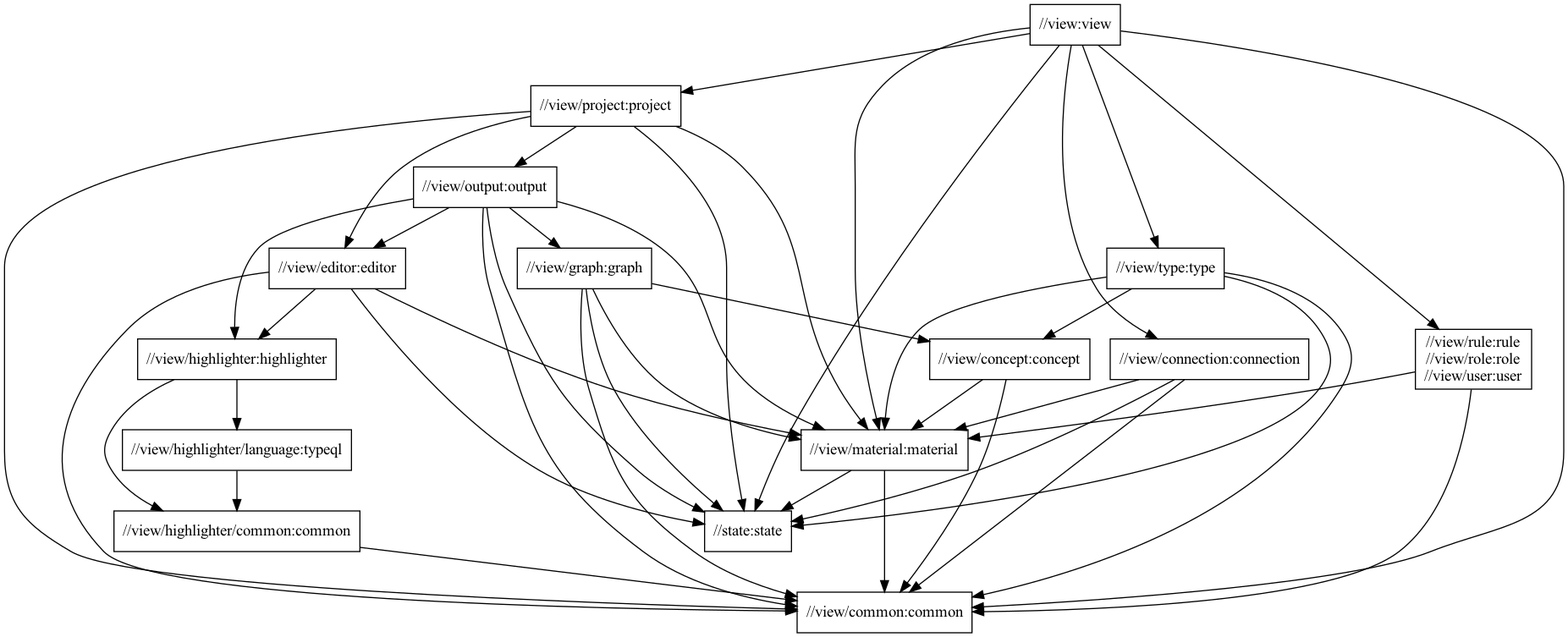
Above: docs/view-package-structure.png in typedb/typedb-studio (Graphviz), before the change. Its source is kept beside it as docs/view-package-structure.dot.
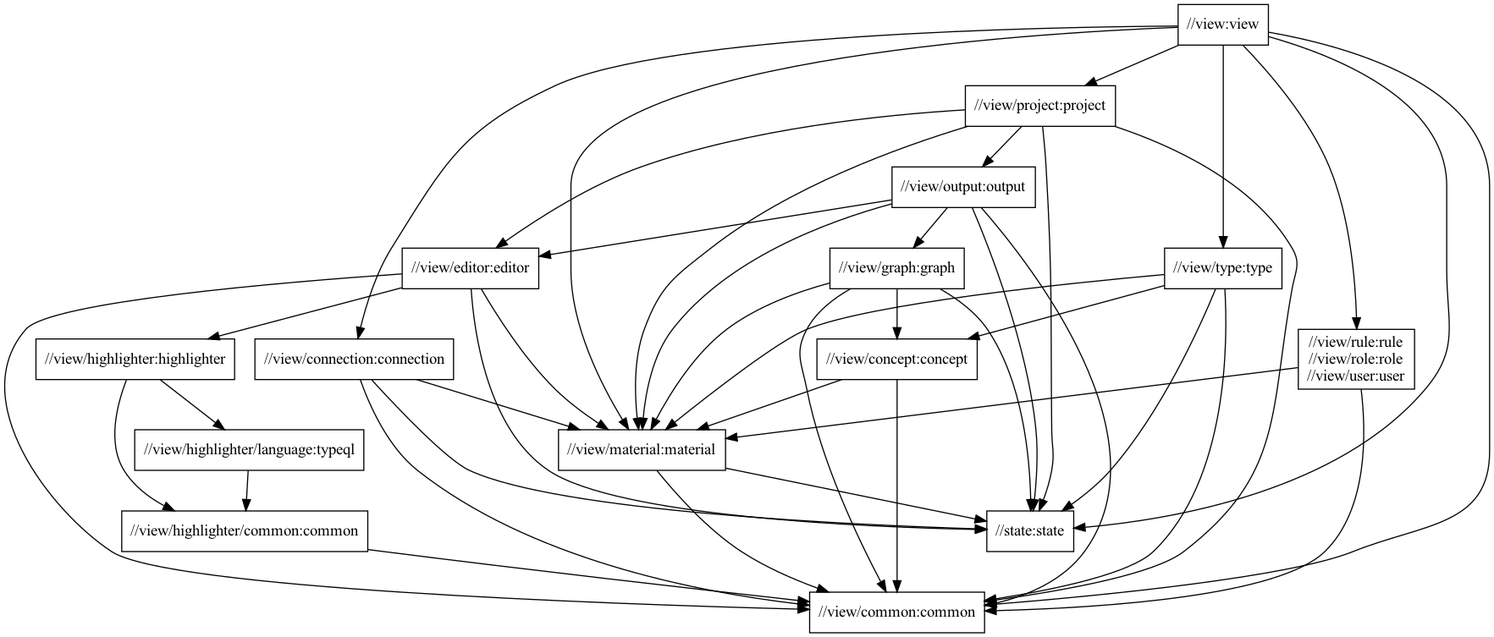
After the commit.

Commit message:
Encapsulate syntax highlighting into TextEditor.State, decoupling it from //view/output

Change to the diagram source:
```diff
@@ -8,29 +8,24 @@
   "//view:view" -> "//view/rule:rule\n//view/role:role\n//view/user:user"
   "//view:view" -> "//view/type:type"
   "//view:view" -> "//state:state"
+  "//view/rule:rule\n//view/role:role\n//view/user:user"
+  "//view/rule:rule\n//view/role:role\n//view/user:user" -> "//view/common:common"
+  "//view/rule:rule\n//view/role:role\n//view/user:user" -> "//view/material:material"
   "//view/type:type"
   "//view/type:type" -> "//view/common:common"
   "//view/type:type" -> "//view/concept:concept"
   "//view/type:type" -> "//view/material:material"
   "//view/type:type" -> "//state:state"
-  "//view/rule:rule\n//view/role:role\n//view/user:user"
-  "//view/rule:rule\n//view/role:role\n//view/user:user" -> "//view/common:common"
-  "//view/rule:rule\n//view/role:role\n//view/user:user" -> "//view/material:material"
   "//view/project:project"
   "//view/project:project" -> "//view/common:common"
   "//view/project:project" -> "//view/editor:editor"
   "//view/project:project" -> "//view/material:material"
   "//view/project:project" -> "//view/output:output"
   "//view/project:project" -> "//state:state"
-  "//view/connection:connection"
-  "//view/connection:connection" -> "//view/common:common"
-  "//view/connection:connection" -> "//view/material:material"
-  "//view/connection:connection" -> "//state:state"
   "//view/output:output"
   "//view/output:output" -> "//view/common:common"
   "//view/output:output" -> "//view/editor:editor"
   "//view/output:output" -> "//view/graph:graph"
-  "//view/output:output" -> "//view/highlighter:highlighter"
   "//view/output:output" -> "//view/material:material"
   "//view/output:output" -> "//state:state"
   "//view/graph:graph"
@@ -38,24 +33,28 @@
   "//view/graph:graph" -> "//view/concept:concept"
   "//view/graph:graph" -> "//view/material:material"
   "//view/graph:graph" -> "//state:state"
-  "//view/concept:concept"
-  "//view/concept:concept" -> "//view/common:common"
-  "//view/concept:concept" -> "//view/material:material"
   "//view/editor:editor"
   "//view/editor:editor" -> "//view/common:common"
   "//view/editor:editor" -> "//view/highlighter:highlighter"
   "//view/editor:editor" -> "//view/material:material"
   "//view/editor:editor" -> "//state:state"
-  "//view/material:material"
-  "//view/material:material" -> "//view/common:common"
-  "//view/material:material" -> "//state:state"
-  "//state:state"
   "//view/highlighter:highlighter"
   "//view/highlighter:highlighter" -> "//view/highlighter/common:common"
   "//view/highlighter:highlighter" -> "//view/highlighter/language:typeql"
   "//view/highlighter/language:typeql"
   "//view/highlighter/language:typeql" -> "//view/highlighter/common:common"
+  "//view/connection:connection"
+  "//view/connection:connection" -> "//view/common:common"
+  "//view/connection:connection" -> "//view/material:material"
+  "//view/connection:connection" -> "//state:state"
   "//view/highlighter/common:common"
   "//view/highlighter/common:common" -> "//view/common:common"
+  "//view/concept:concept"
+  "//view/concept:concept" -> "//view/common:common"
+  "//view/concept:concept" -> "//view/material:material"
+  "//view/material:material"
+  "//view/material:material" -> "//view/common:common"
+  "//view/material:material" -> "//state:state"
   "//view/common:common"
+  "//state:state"
 }
```
